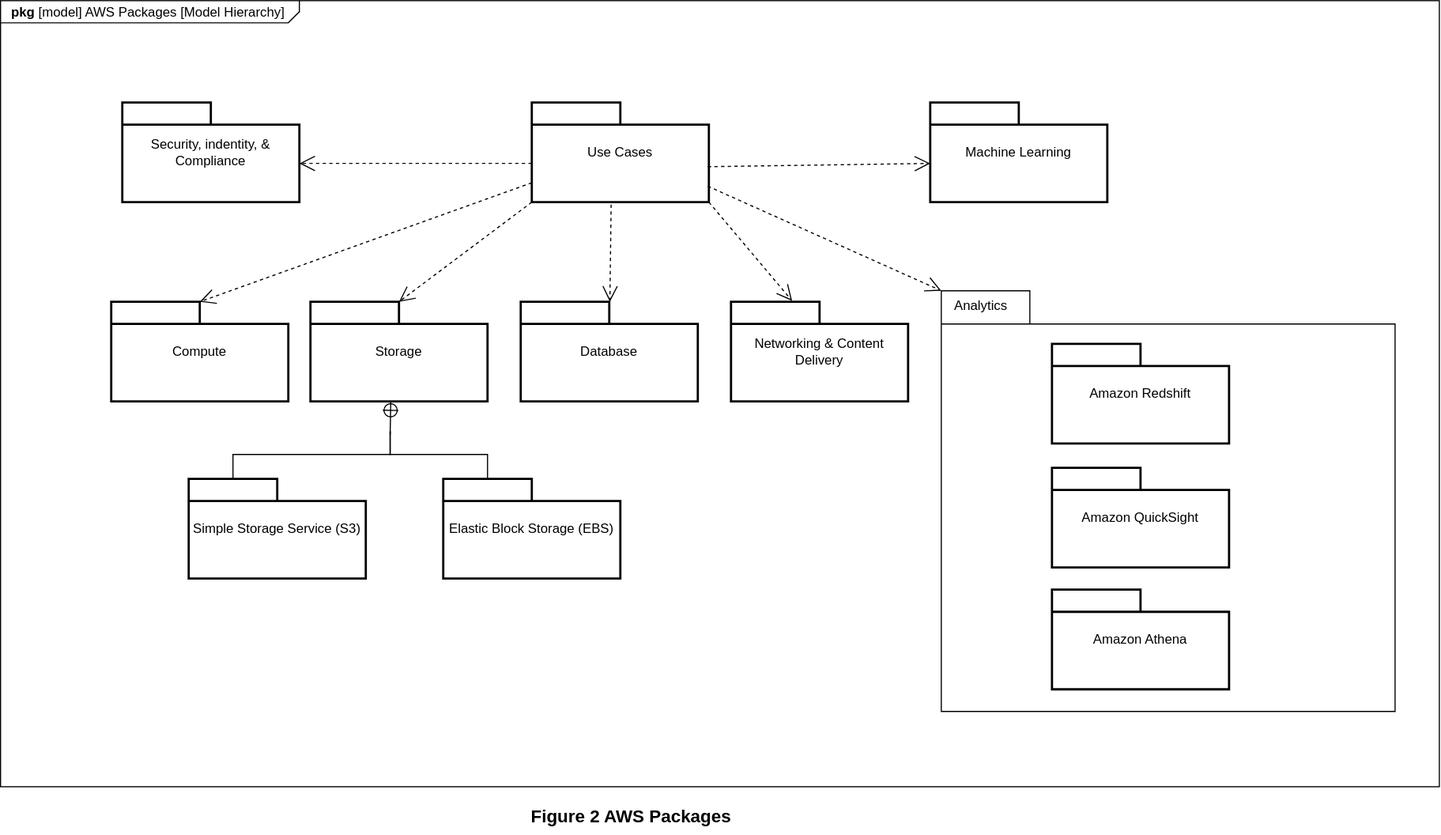
JeffreyWerth/AWS-Architecture-Model-Repository keeps this draw.io diagram as SysML Lessons/Lesson Views and SVGs/AWS Package Diagram Lesson.svg. Above is the earlier version. Source tidied: cells renumbered, new cells last; positions are measured from the earlier drawing's top-left corner, leaving out a move shared by most shapes.
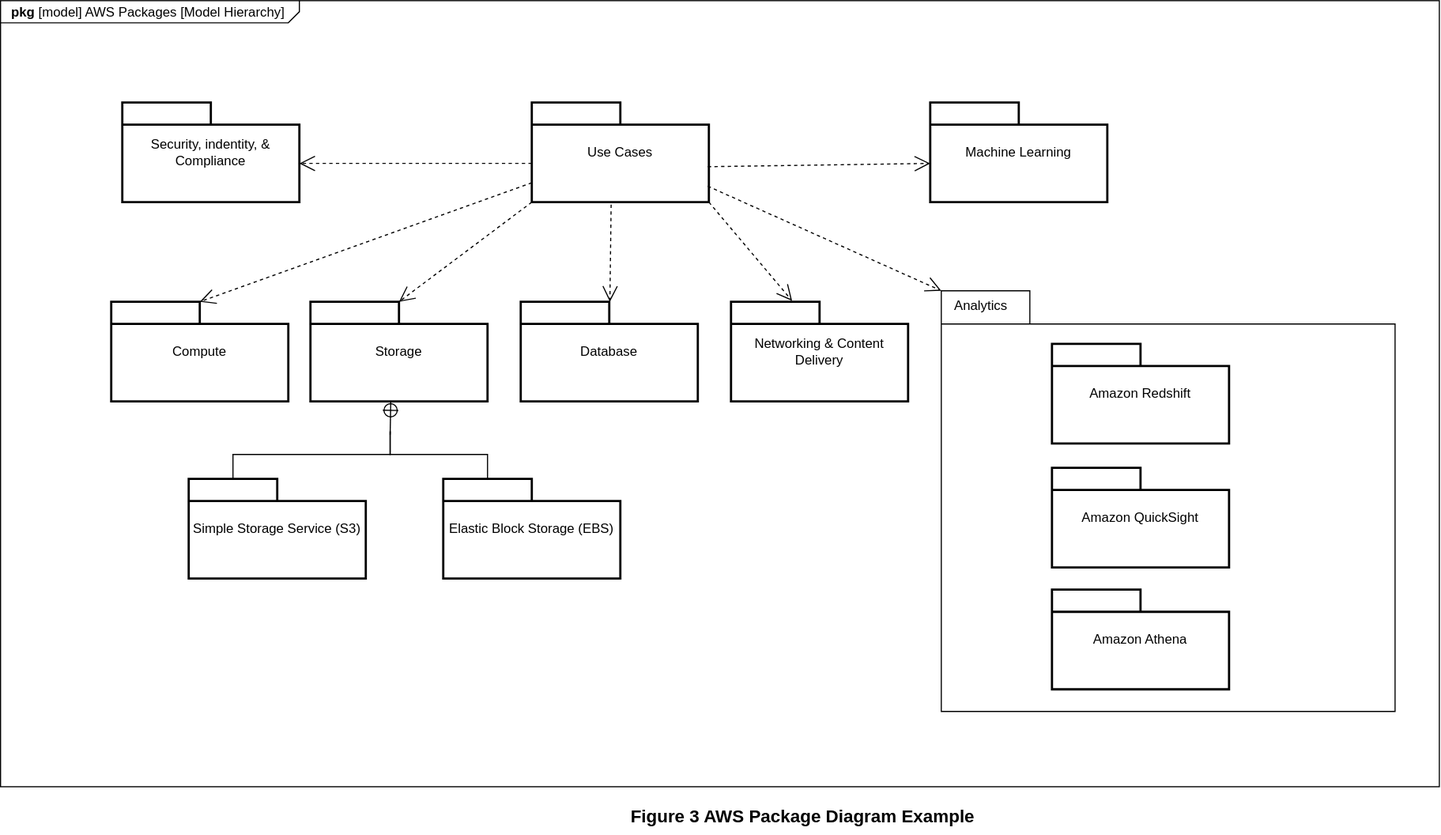
Above is the later version.

Commit message:
Updated Diagrams and Lessons

The edit, as a diff of the source:
```diff
@@ -47,8 +47,8 @@
     <mxCell id="16" style="edgeStyle=none;html=1;endArrow=open;endSize=12;dashed=1;verticalAlign=bottom;rounded=0;entryX=0;entryY=0;entryDx=0;entryDy=55;entryPerimeter=0;exitX=0.994;exitY=0.644;exitDx=0;exitDy=0;exitPerimeter=0;" parent="1" edge="1" source="6" target="8">
       <mxGeometry relative="1" as="geometry" />
     </mxCell>
-    <mxCell id="17" value="&lt;font style=&quot;font-size: 16px;&quot;&gt;Figure 2 AWS Packages&lt;/font&gt;" style="text;html=1;strokeColor=none;fillColor=none;align=center;verticalAlign=middle;whiteSpace=wrap;rounded=0;fontStyle=1;fontSize=16;" parent="1" vertex="1">
-      <mxGeometry x="450" y="722" width="240" height="30" as="geometry" />
+    <mxCell id="17" value="&lt;font style=&quot;font-size: 16px;&quot;&gt;Figure 3 AWS Package Diagram Example&lt;/font&gt;" style="text;html=1;strokeColor=none;fillColor=none;align=center;verticalAlign=middle;whiteSpace=wrap;rounded=0;fontStyle=1;fontSize=16;" parent="1" vertex="1">
+      <mxGeometry x="560" y="722" width="330" height="30" as="geometry" />
     </mxCell>
     <mxCell id="18" style="edgeStyle=elbowEdgeStyle;html=1;endSize=12;endArrow=sysMLPackCont;elbow=horizontal;rounded=0;align=left;verticalAlign=middle;" parent="1" edge="1">
       <mxGeometry x="1" relative="1" as="geometry">
```
